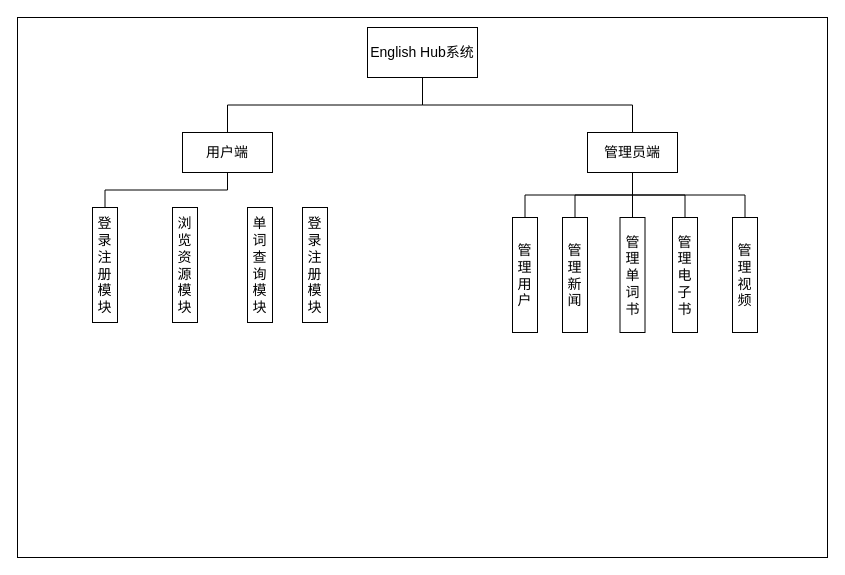
Earlier version of the draw.io diagram 系统需求分析框架.drawio (6Yolo6/GraduationDesign). Source tidied: cells renumbered, new cells numbered last; positions are measured from the earlier drawing's top-left corner, leaving out a move shared by most shapes. Both pictures are drawn from the tidied source at 100%, with x=0, y=0 at pixel (17, 17).
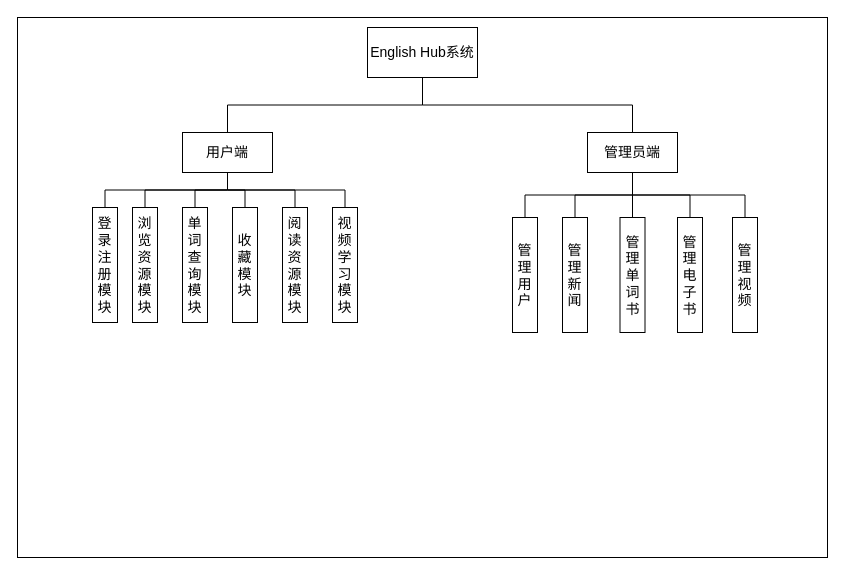
The same diagram, later.

Commit message:
更新系统需求分析框架.drawio

Unchanged cells that the change refers to:
```xml
<mxCell id="4" value="用户端" style="rounded=0;whiteSpace=wrap;html=1;fontSize=14;" parent="1" vertex="1">
  <mxGeometry x="165" y="115" width="90" height="40" as="geometry" />
</mxCell>
```

Change to the diagram source:
```diff
@@
     <mxCell id="10" value="浏览资源模块" style="rounded=0;whiteSpace=wrap;html=1;fontSize=14;direction=south;" parent="1" vertex="1">
-      <mxGeometry x="155" y="190" width="25" height="115" as="geometry" />
+      <mxGeometry x="115" y="190" width="25" height="115" as="geometry" />
     </mxCell>
@@
     <mxCell id="14" value="管理电子书" style="rounded=0;whiteSpace=wrap;html=1;fontSize=14;direction=south;" parent="1" vertex="1">
-      <mxGeometry x="655" y="200" width="25" height="115" as="geometry" />
+      <mxGeometry x="660" y="200" width="25" height="115" as="geometry" />
     </mxCell>
@@
     <mxCell id="21" value="单词查询模块" style="rounded=0;whiteSpace=wrap;html=1;fontSize=14;direction=south;" parent="1" vertex="1">
-      <mxGeometry x="230" y="190" width="25" height="115" as="geometry" />
+      <mxGeometry x="165" y="190" width="25" height="115" as="geometry" />
     </mxCell>
-    <mxCell id="22" value="登录注册模块" style="rounded=0;whiteSpace=wrap;html=1;fontSize=14;direction=south;" parent="1" vertex="1">
-      <mxGeometry x="285" y="190" width="25" height="115" as="geometry" />
+    <mxCell id="22" value="阅读资源模块" style="rounded=0;whiteSpace=wrap;html=1;fontSize=14;direction=south;" parent="1" vertex="1">
+      <mxGeometry x="265" y="190" width="25" height="115" as="geometry" />
     </mxCell>
+    <mxCell id="23" style="endArrow=none;html=1;rounded=0;entryX=0.5;entryY=1;entryDx=0;entryDy=0;exitX=0;exitY=0.5;exitDx=0;exitDy=0;edgeStyle=orthogonalEdgeStyle;" parent="1" edge="1" source="10" target="4">
+      <mxGeometry relative="1" as="geometry" />
+    </mxCell>
+    <mxCell id="24" style="endArrow=none;html=1;rounded=0;entryX=0.5;entryY=1;entryDx=0;entryDy=0;exitX=0;exitY=0.5;exitDx=0;exitDy=0;edgeStyle=orthogonalEdgeStyle;" parent="1" edge="1" source="21" target="4">
+      <mxGeometry relative="1" as="geometry" />
+    </mxCell>
+    <mxCell id="25" style="endArrow=none;html=1;rounded=0;entryX=0.5;entryY=1;entryDx=0;entryDy=0;exitX=0;exitY=0.5;exitDx=0;exitDy=0;edgeStyle=orthogonalEdgeStyle;" parent="1" edge="1" source="22" target="4">
+      <mxGeometry relative="1" as="geometry" />
+    </mxCell>
+    <mxCell id="26" value="视频学习模块" style="rounded=0;whiteSpace=wrap;html=1;fontSize=14;direction=south;" parent="1" vertex="1">
+      <mxGeometry x="315" y="190" width="25" height="115" as="geometry" />
+    </mxCell>
+    <mxCell id="27" style="endArrow=none;html=1;rounded=0;entryX=0.5;entryY=1;entryDx=0;entryDy=0;exitX=0;exitY=0.5;exitDx=0;exitDy=0;edgeStyle=orthogonalEdgeStyle;" parent="1" edge="1" source="26" target="4">
+      <mxGeometry relative="1" as="geometry" />
+    </mxCell>
+    <mxCell id="28" value="收藏模块" style="rounded=0;whiteSpace=wrap;html=1;fontSize=14;direction=south;" parent="1" vertex="1">
+      <mxGeometry x="215" y="190" width="25" height="115" as="geometry" />
+    </mxCell>
+    <mxCell id="29" style="endArrow=none;html=1;rounded=0;entryX=0.5;entryY=1;entryDx=0;entryDy=0;exitX=0;exitY=0.5;exitDx=0;exitDy=0;edgeStyle=orthogonalEdgeStyle;" parent="1" edge="1" source="28" target="4">
+      <mxGeometry relative="1" as="geometry" />
+    </mxCell>
```
